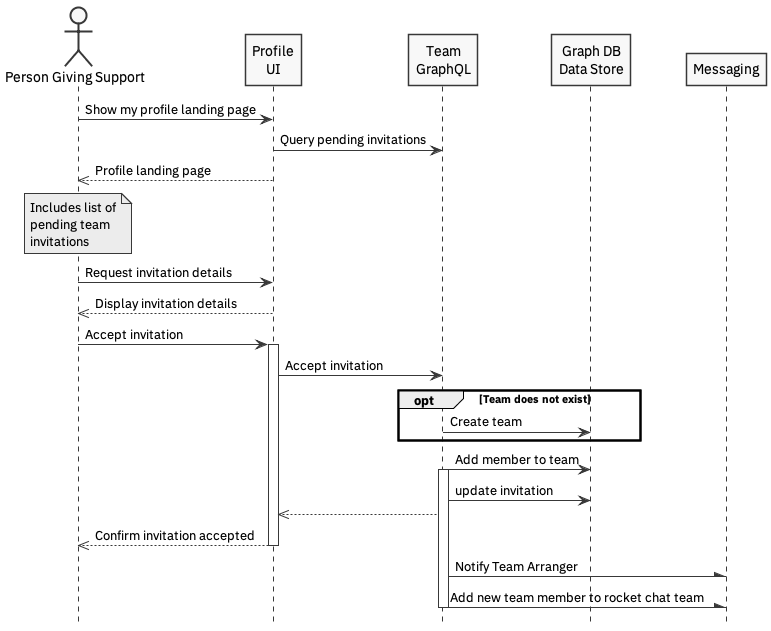
This is .gitbook/assets/accept-team-invitation.png from equalcarecoop/eccoo-tech-docs, a PlantUML export, as it was before one commit.
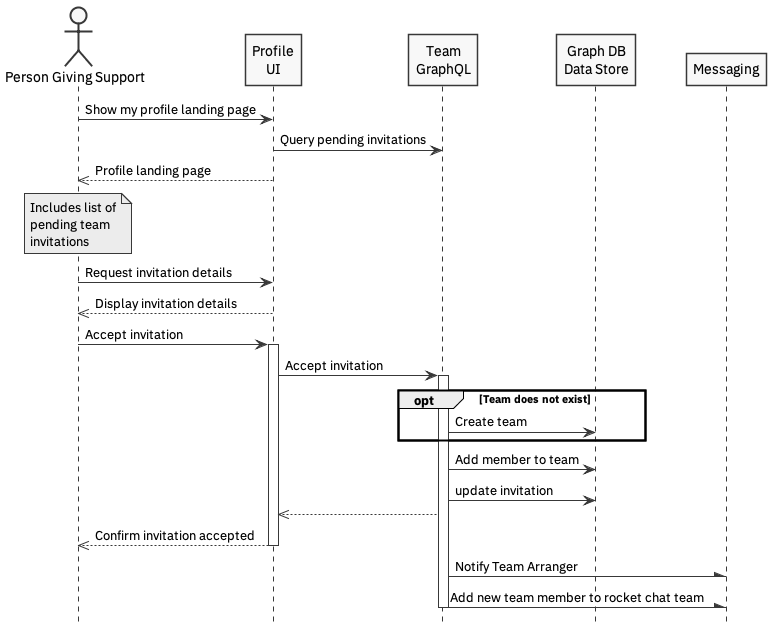
The same file after the commit.

Commit message:
GitBook: [master] no pages and one asset modified

Diff of the diagram source:
```diff
@@ -24,11 +24,11 @@
 u -> pui: Accept invitation
 activate pui
 pui -> tga: Accept invitation
+activate tga
 opt Team does not exist
 tga -> db: Create team
 end
 tga -> db: Add member to team
-activate tga
 tga -> db: update invitation
 pui <<-- tga:
 u <<-- pui: Confirm invitation accepted
```
